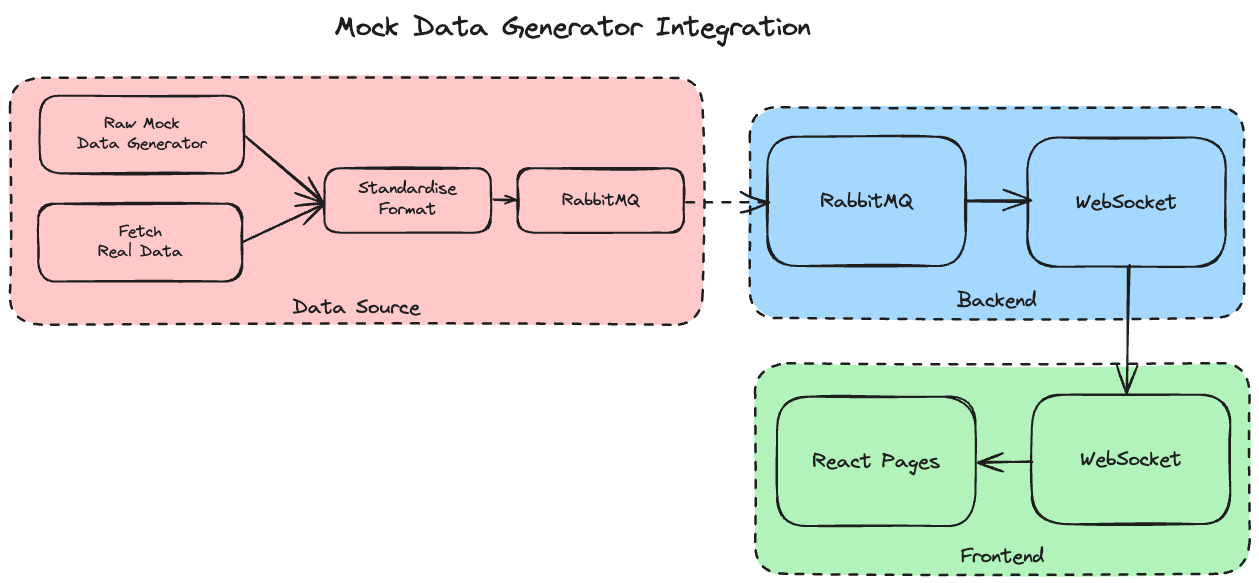
Above: Mock Data Generator Integration.excalidraw.png in 11646729/golf-3 (Excalidraw), before the change. Source tidied: one line per element, renumbered; positions are measured from the earlier drawing's top-left corner, leaving out a move shared by most shapes.
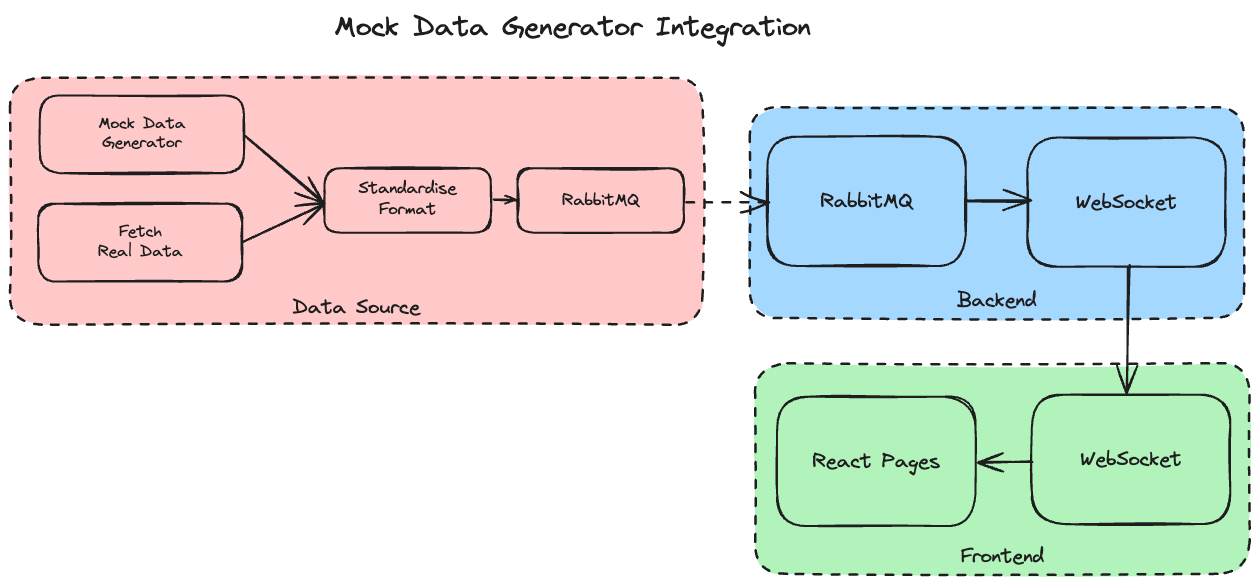
The same file after the commit.

The edit, as a diff of the source:
```diff
@@ -2,8 +2,8 @@
 {"id": 1, "type": "text", "text": "Data Source", "strokeColor": "#1e1e1e", "backgroundColor": "#ffc9c9", "fillStyle": "solid", "strokeWidth": 2, "strokeStyle": "dashed", "roughness": 1, "fontSize": 20, "fontFamily": 1, "textAlign": "center", "verticalAlign": "bottom", "inside": 0, "x": 282, "y": 285, "width": 128, "height": 25}
 {"id": 2, "type": "rectangle", "strokeColor": "#1e1e1e", "backgroundColor": "#a5d8ff", "fillStyle": "solid", "strokeWidth": 2, "strokeStyle": "dashed", "roughness": 1, "round": true, "x": 740, "y": 97, "width": 494, "height": 211}
 {"id": 3, "type": "text", "text": "Backend", "strokeColor": "#1e1e1e", "backgroundColor": "#a5d8ff", "fillStyle": "solid", "strokeWidth": 2, "strokeStyle": "dashed", "roughness": 1, "fontSize": 20, "fontFamily": 1, "textAlign": "center", "verticalAlign": "bottom", "inside": 2, "x": 947, "y": 278, "width": 79, "height": 25}
-{"id": 4, "type": "rectangle", "strokeColor": "#1e1e1e", "strokeWidth": 2, "roughness": 1, "round": true, "x": 30, "y": 86, "width": 204, "height": 78}
+{"id": 4, "type": "rectangle", "strokeColor": "#1e1e1e", "strokeWidth": 2, "roughness": 1, "round": true, "x": 30, "y": 85, "width": 204, "height": 78}
-{"id": 5, "type": "text", "text": "Raw Mock\nData Generator", "strokeColor": "#1e1e1e", "strokeWidth": 2, "roughness": 1, "fontSize": 15.86, "fontFamily": 1, "textAlign": "center", "x": 67, "y": 105, "width": 130, "height": 40}
+{"id": 5, "type": "text", "text": "Mock Data\nGenerator", "strokeColor": "#1e1e1e", "strokeWidth": 2, "roughness": 1, "fontSize": 15.86, "fontFamily": 1, "textAlign": "center", "x": 88, "y": 104, "width": 87, "height": 40}
 {"id": 6, "type": "arrow", "strokeColor": "#1e1e1e", "strokeWidth": 2, "roughness": 1, "endArrowhead": "arrow", "round": true, "from": 4, "to": 24, "x": 236, "y": 127, "width": 77, "height": 66, "points": [[0, 0], [77, 66]]}
 {"id": 7, "type": "arrow", "strokeColor": "#1e1e1e", "strokeWidth": 2, "roughness": 1, "endArrowhead": "arrow", "round": true, "from": 22, "to": 24, "x": 233, "y": 233, "width": 80, "height": 38, "points": [[0, 0], [80, -38]]}
 {"id": 8, "type": "rectangle", "strokeColor": "#1e1e1e", "strokeWidth": 2, "roughness": 1, "round": true, "x": 757, "y": 127, "width": 198, "height": 129}
```
